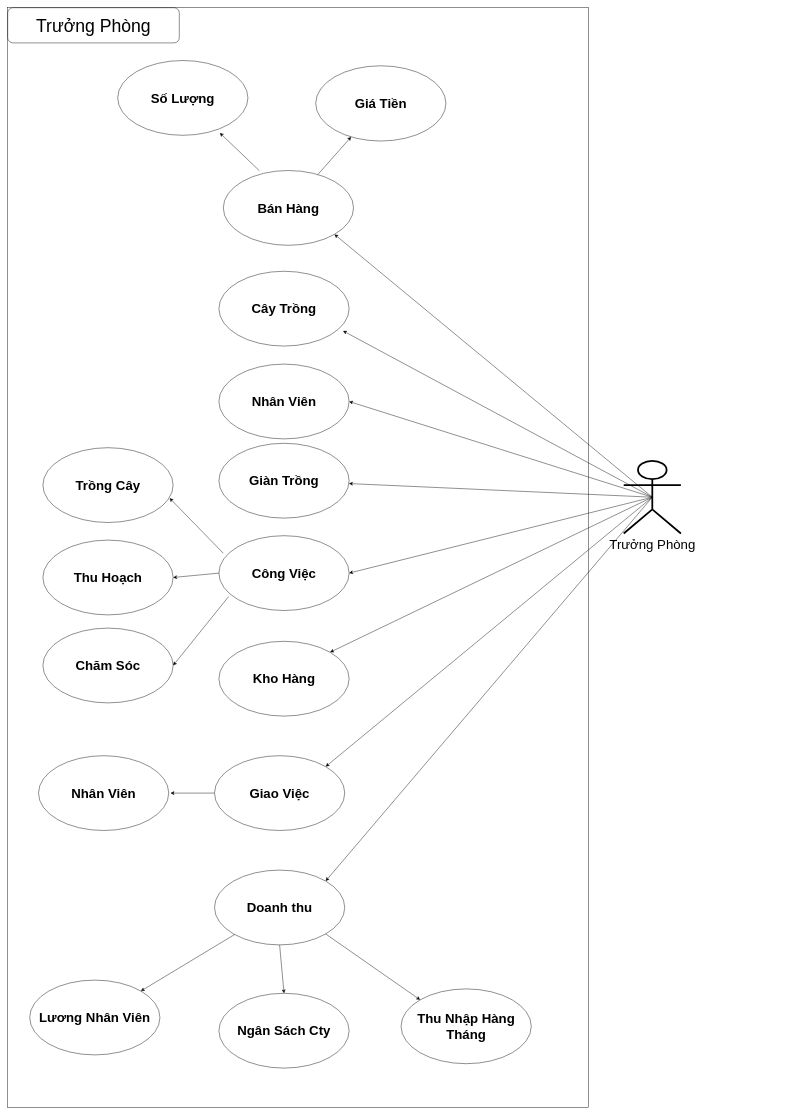
This is page "Trưởng Phòng" (4 of 4) of FarmSys/Document_nhom1/UserCase_FarmSys_Nhom1.drawio from chunn24/Duan1, a draw.io file, before an edit. Source tidied: cells renumbered, new cells numbered last; positions are measured from the earlier drawing's top-left corner, leaving out a move shared by most shapes. Both pictures are drawn from the tidied source at 44%, with x=0, y=0 at pixel (7, 7).
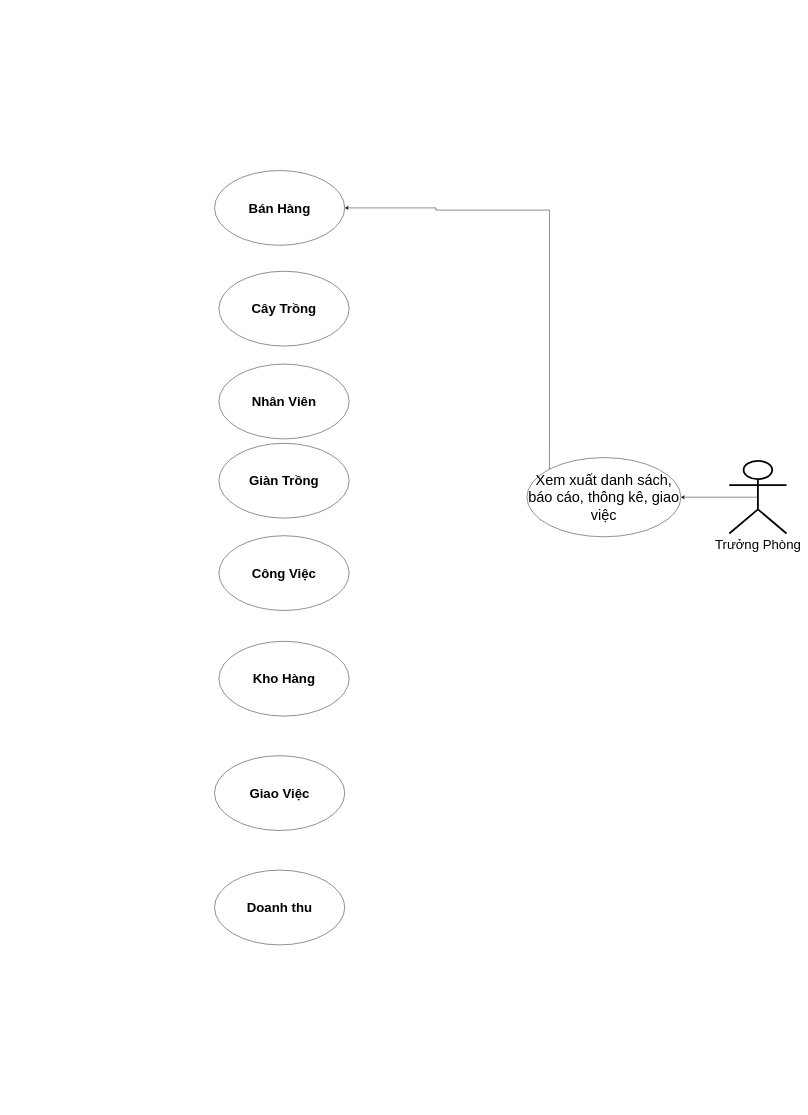
The same diagram, later.

The change refers to these unchanged cells:
```xml
<mxCell id="19" value="Doanh thu" style="ellipse;whiteSpace=wrap;html=1;fontSize=30;fontStyle=1;" parent="1" vertex="1">
  <mxGeometry x="470" y="1960" width="296" height="170" as="geometry" />
</mxCell>
<mxCell id="24" value="Giao Việc" style="ellipse;whiteSpace=wrap;html=1;fontSize=30;fontStyle=1;" parent="1" vertex="1">
  <mxGeometry x="470" y="1700" width="296" height="170" as="geometry" />
</mxCell>
<mxCell id="26" value="Kho Hàng" style="ellipse;whiteSpace=wrap;html=1;fontSize=30;fontStyle=1;" parent="1" vertex="1">
  <mxGeometry x="480" y="1440" width="296" height="170" as="geometry" />
</mxCell>
<mxCell id="27" value="Công Việc" style="ellipse;whiteSpace=wrap;html=1;fontSize=30;fontStyle=1;" parent="1" vertex="1">
  <mxGeometry x="480" y="1200" width="296" height="170" as="geometry" />
</mxCell>
<mxCell id="34" value="Giàn Trồng" style="ellipse;whiteSpace=wrap;html=1;fontSize=30;fontStyle=1;" parent="1" vertex="1">
  <mxGeometry x="480" y="990" width="296" height="170" as="geometry" />
</mxCell>
<mxCell id="35" value="Cây Trồng" style="ellipse;whiteSpace=wrap;html=1;fontSize=30;fontStyle=1;" parent="1" vertex="1">
  <mxGeometry x="480" y="599" width="296" height="170" as="geometry" />
</mxCell>
<mxCell id="36" value="Nhân Viên" style="ellipse;whiteSpace=wrap;html=1;fontSize=30;fontStyle=1;" parent="1" vertex="1">
  <mxGeometry x="480" y="810" width="296" height="170" as="geometry" />
</mxCell>
```

Change to the diagram source:
```diff
@@
-    <mxCell id="2" style="rounded=0;whiteSpace=wrap;html=1;fontSize=40;strokeWidth=1;fillColor=none;" parent="1" vertex="1">
-      <mxGeometry width="1320" height="2500" as="geometry" />
-    </mxCell>
-    <mxCell id="3" value="Trưởng Phòng" style="rounded=1;whiteSpace=wrap;html=1;fontSize=40;strokeWidth=1;fillColor=none;" parent="1" vertex="1">
-      <mxGeometry width="390" height="80" as="geometry" />
-    </mxCell>
+    <mxCell id="39" style="edgeStyle=orthogonalEdgeStyle;rounded=0;jettySize=auto;html=1;exitX=0.5;exitY=0.5;exitDx=0;exitDy=0;exitPerimeter=0;entryX=1;entryY=0.5;entryDx=0;entryDy=0;" parent="1" edge="1" source="4" target="41">
+      <mxGeometry relative="1" as="geometry" />
+    </mxCell>
     <mxCell id="4" value="&lt;font style=&quot;font-size: 30px&quot;&gt;Trưởng Phòng&lt;/font&gt;" style="shape=umlActor;verticalLabelPosition=bottom;verticalAlign=top;html=1;outlineConnect=0;strokeWidth=4;" parent="1" vertex="1">
-      <mxGeometry x="1400" y="1030" width="130" height="165" as="geometry" />
+      <mxGeometry x="1640" y="1030" width="130" height="165" as="geometry" />
     </mxCell>
-    <mxCell id="5" style="endArrow=classic;html=1;rounded=0;exitX=0.5;exitY=0.5;exitDx=0;exitDy=0;exitPerimeter=0;entryX=1;entryY=0.5;entryDx=0;entryDy=0;" parent="1" edge="1" source="4" target="36">
-      <mxGeometry relative="1" as="geometry" />
-    </mxCell>
-    <mxCell id="6" style="endArrow=classic;html=1;rounded=0;exitX=0.5;exitY=0.5;exitDx=0;exitDy=0;exitPerimeter=0;entryX=1;entryY=0.5;entryDx=0;entryDy=0;" parent="1" edge="1" source="4" target="27">
-      <mxGeometry relative="1" as="geometry" />
-    </mxCell>
-    <mxCell id="7" style="endArrow=classic;html=1;rounded=0;entryX=1;entryY=0;entryDx=0;entryDy=0;exitX=0.5;exitY=0.5;exitDx=0;exitDy=0;exitPerimeter=0;" parent="1" edge="1" source="4" target="19">
-      <mxGeometry relative="1" as="geometry" />
-    </mxCell>
-    <mxCell id="8" style="endArrow=classic;html=1;rounded=0;exitX=0.5;exitY=0.5;exitDx=0;exitDy=0;exitPerimeter=0;entryX=1;entryY=0;entryDx=0;entryDy=0;" parent="1" edge="1" source="4" target="26">
-      <mxGeometry relative="1" as="geometry" />
-    </mxCell>
-    <mxCell id="9" style="endArrow=classic;html=1;rounded=0;entryX=1;entryY=0;entryDx=0;entryDy=0;exitX=0.5;exitY=0.5;exitDx=0;exitDy=0;exitPerimeter=0;" parent="1" edge="1" source="4" target="24">
-      <mxGeometry relative="1" as="geometry" />
-    </mxCell>
-    <mxCell id="10" style="endArrow=classic;html=1;rounded=0;exitX=0.5;exitY=0.5;exitDx=0;exitDy=0;exitPerimeter=0;" parent="1" edge="1" source="4" target="34">
-      <mxGeometry relative="1" as="geometry" />
-    </mxCell>
-    <mxCell id="11" style="endArrow=classic;html=1;rounded=0;exitX=0.5;exitY=0.5;exitDx=0;exitDy=0;exitPerimeter=0;entryX=0.953;entryY=0.797;entryDx=0;entryDy=0;entryPerimeter=0;" parent="1" edge="1" source="4" target="35">
-      <mxGeometry relative="1" as="geometry" />
-    </mxCell>
-    <mxCell id="12" style="endArrow=classic;html=1;rounded=0;fontSize=30;entryX=1;entryY=1;entryDx=0;entryDy=0;exitX=0.5;exitY=0.5;exitDx=0;exitDy=0;exitPerimeter=0;" parent="1" edge="1" source="4" target="15">
-      <mxGeometry relative="1" as="geometry" />
-    </mxCell>
-    <mxCell id="13" value="Số Lượng" style="ellipse;whiteSpace=wrap;html=1;fontSize=30;fontStyle=1;" parent="1" vertex="1">
-      <mxGeometry x="250" y="120" width="296" height="170" as="geometry" />
-    </mxCell>
-    <mxCell id="14" value="Giá Tiền" style="ellipse;whiteSpace=wrap;html=1;fontSize=30;fontStyle=1;" parent="1" vertex="1">
-      <mxGeometry x="700" y="132" width="296" height="171" as="geometry" />
-    </mxCell>
     <mxCell id="15" value="Bán Hàng" style="ellipse;whiteSpace=wrap;html=1;fontSize=30;fontStyle=1;" parent="1" vertex="1">
-      <mxGeometry x="490" y="370" width="296" height="170" as="geometry" />
+      <mxGeometry x="470" y="370" width="296" height="170" as="geometry" />
     </mxCell>
-    <mxCell id="16" value="Lương Nhân Viên" style="ellipse;whiteSpace=wrap;html=1;fontSize=30;fontStyle=1;" parent="1" vertex="1">
-      <mxGeometry x="50" y="2210" width="296" height="170" as="geometry" />
-    </mxCell>
-    <mxCell id="17" value="Ngân Sách Cty" style="ellipse;whiteSpace=wrap;html=1;fontSize=30;fontStyle=1;" parent="1" vertex="1">
-      <mxGeometry x="480" y="2240" width="296" height="170" as="geometry" />
-    </mxCell>
-    <mxCell id="18" value="Thu Nhập Hàng Tháng" style="ellipse;whiteSpace=wrap;html=1;fontSize=30;fontStyle=1;" parent="1" vertex="1">
-      <mxGeometry x="894" y="2230" width="296" height="170" as="geometry" />
-    </mxCell>
@@
-    <mxCell id="20" style="endArrow=classic;html=1;rounded=0;fontSize=30;entryX=1;entryY=0;entryDx=0;entryDy=0;" parent="1" edge="1" source="19" target="16">
-      <mxGeometry relative="1" as="geometry" />
-    </mxCell>
-    <mxCell id="21" style="endArrow=classic;html=1;rounded=0;fontSize=30;entryX=0;entryY=0;entryDx=0;entryDy=0;exitX=1;exitY=1;exitDx=0;exitDy=0;" parent="1" edge="1" source="19" target="18">
-      <mxGeometry relative="1" as="geometry" />
-    </mxCell>
-    <mxCell id="22" style="endArrow=classic;html=1;rounded=0;fontSize=30;entryX=0.5;entryY=0;entryDx=0;entryDy=0;exitX=0.5;exitY=1;exitDx=0;exitDy=0;" parent="1" edge="1" source="19" target="17">
-      <mxGeometry relative="1" as="geometry" />
-    </mxCell>
-    <mxCell id="23" style="edgeStyle=orthogonalEdgeStyle;rounded=0;jettySize=auto;html=1;fontSize=30;" parent="1" edge="1" source="24">
-      <mxGeometry relative="1" as="geometry">
-        <mxPoint x="370" y="1785" as="targetPoint" />
-      </mxGeometry>
-    </mxCell>
@@
-    <mxCell id="25" value="Nhân Viên" style="ellipse;whiteSpace=wrap;html=1;fontSize=30;fontStyle=1;" parent="1" vertex="1">
-      <mxGeometry x="70" y="1700" width="296" height="170" as="geometry" />
-    </mxCell>
@@
-    <mxCell id="28" value="Thu Hoạch" style="ellipse;whiteSpace=wrap;html=1;fontSize=30;fontStyle=1;" parent="1" vertex="1">
-      <mxGeometry x="80" y="1210" width="296" height="170" as="geometry" />
-    </mxCell>
-    <mxCell id="29" value="Chăm Sóc" style="ellipse;whiteSpace=wrap;html=1;fontSize=30;fontStyle=1;" parent="1" vertex="1">
-      <mxGeometry x="80" y="1410" width="296" height="170" as="geometry" />
-    </mxCell>
-    <mxCell id="30" value="Trồng Cây" style="ellipse;whiteSpace=wrap;html=1;fontSize=30;fontStyle=1;" parent="1" vertex="1">
-      <mxGeometry x="80" y="1000" width="296" height="170" as="geometry" />
-    </mxCell>
-    <mxCell id="31" style="endArrow=classic;html=1;rounded=0;fontSize=30;entryX=0.973;entryY=0.674;entryDx=0;entryDy=0;entryPerimeter=0;exitX=0.034;exitY=0.235;exitDx=0;exitDy=0;exitPerimeter=0;" parent="1" edge="1" source="27" target="30">
-      <mxGeometry relative="1" as="geometry" />
-    </mxCell>
-    <mxCell id="32" style="endArrow=classic;html=1;rounded=0;fontSize=30;entryX=1;entryY=0.5;entryDx=0;entryDy=0;exitX=0;exitY=0.5;exitDx=0;exitDy=0;" parent="1" edge="1" source="27" target="28">
-      <mxGeometry relative="1" as="geometry" />
-    </mxCell>
-    <mxCell id="33" style="endArrow=classic;html=1;rounded=0;fontSize=30;exitX=0.074;exitY=0.815;exitDx=0;exitDy=0;exitPerimeter=0;entryX=1;entryY=0.5;entryDx=0;entryDy=0;" parent="1" edge="1" source="27" target="29">
-      <mxGeometry relative="1" as="geometry" />
-    </mxCell>
@@
-    <mxCell id="37" style="endArrow=classic;html=1;rounded=0;fontSize=30;entryX=0.784;entryY=0.968;entryDx=0;entryDy=0;entryPerimeter=0;exitX=0.277;exitY=0.003;exitDx=0;exitDy=0;exitPerimeter=0;" parent="1" edge="1" source="15" target="13">
-      <mxGeometry relative="1" as="geometry" />
-    </mxCell>
-    <mxCell id="38" style="endArrow=classic;html=1;rounded=0;fontSize=30;" parent="1" edge="1" source="15" target="14">
-      <mxGeometry relative="1" as="geometry" />
-    </mxCell>
+    <mxCell id="40" style="edgeStyle=orthogonalEdgeStyle;rounded=0;jettySize=auto;html=1;exitX=0;exitY=0;exitDx=0;exitDy=0;entryX=1;entryY=0.5;entryDx=0;entryDy=0;" parent="1" edge="1" source="41" target="15">
+      <mxGeometry relative="1" as="geometry">
+        <Array as="points">
+          <mxPoint x="1231" y="460" />
+          <mxPoint x="973" y="460" />
+          <mxPoint x="973" y="455" />
+        </Array>
+      </mxGeometry>
+    </mxCell>
+    <mxCell id="41" value="&lt;font style=&quot;font-size: 33px&quot;&gt;Xem xuất danh sách, báo cáo, thông kê, giao việc&lt;/font&gt;" style="ellipse;whiteSpace=wrap;html=1;" parent="1" vertex="1">
+      <mxGeometry x="1180" y="1022.5" width="350" height="180" as="geometry" />
+    </mxCell>
```
